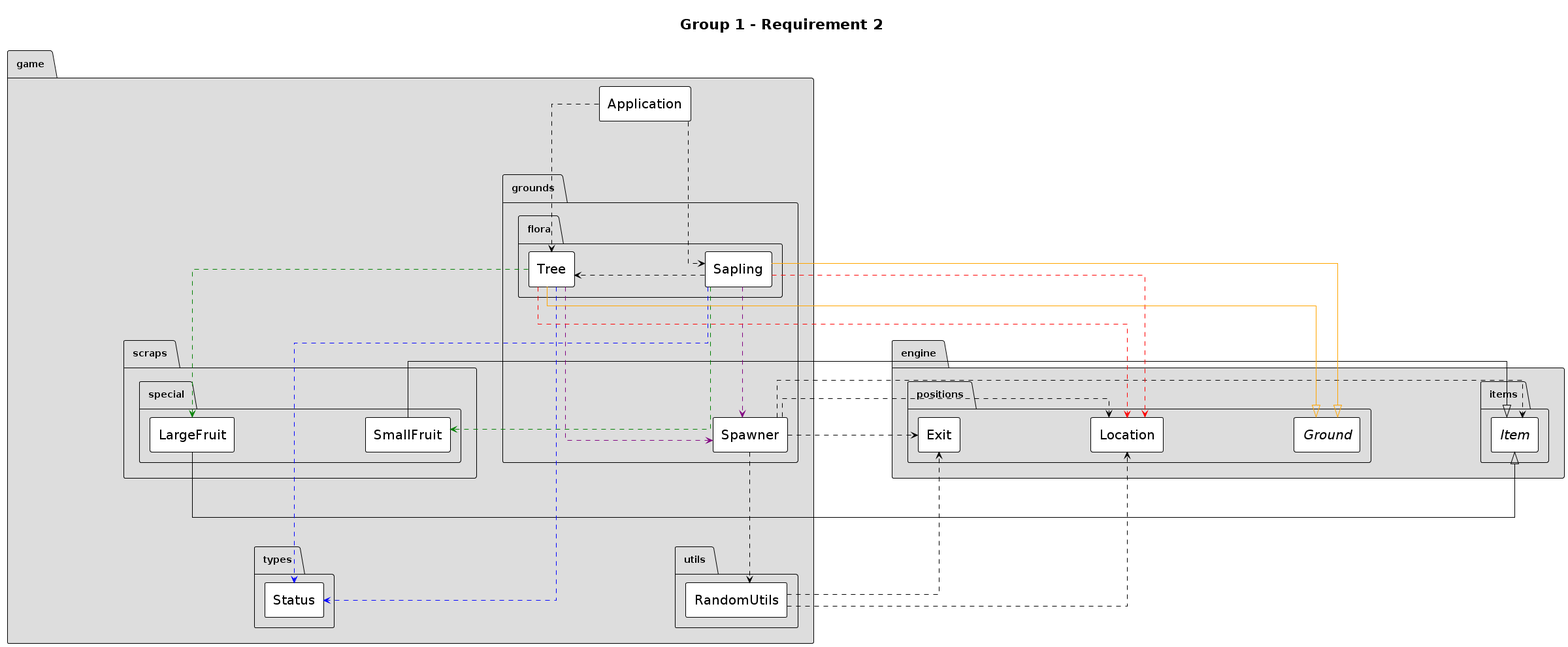
The PlantUML diagram docs/design/assignment1/req02_uml_class.png in BryanChow0112/StaticFactory, before a commit.
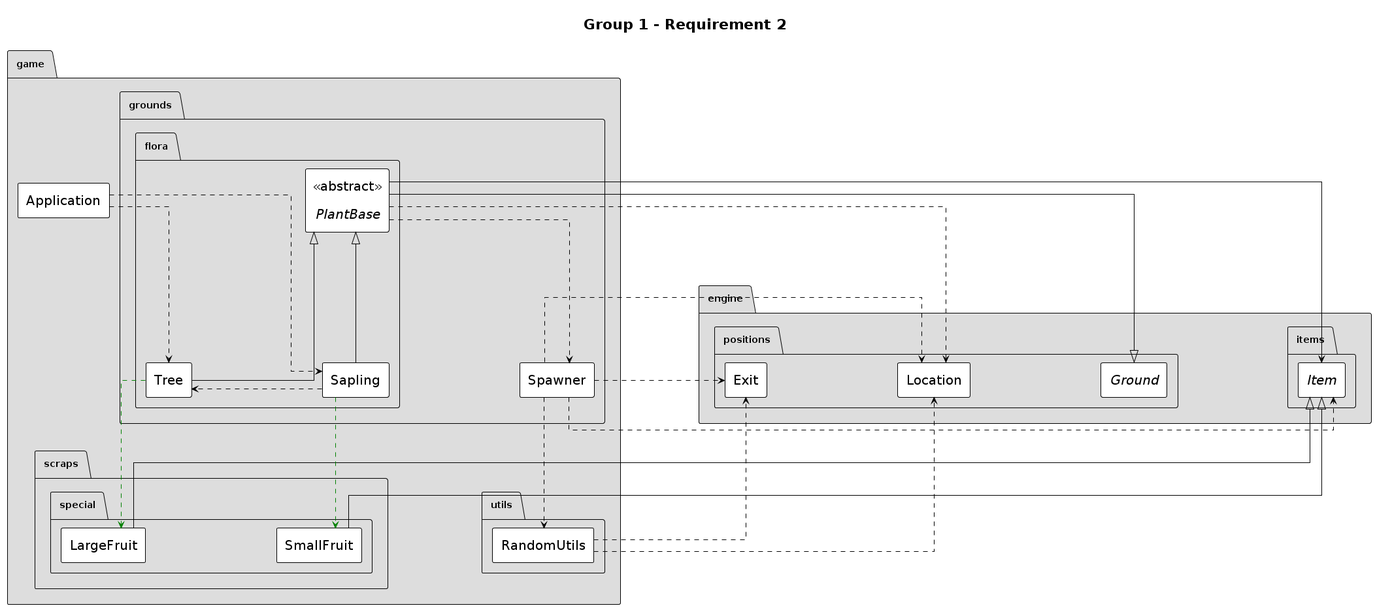
The same file after the commit.

Commit message:
Update A1 REQ2 UML class diagram

What changed in the source:
```diff
@@ -48,25 +48,26 @@
   class RandomUtils
 }
 
+package game.grounds.flora {
+  abstract class PlantBase <<abstract>>
+}
+game.grounds.flora.PlantBase -up-|> engine.positions.Ground
+game.grounds.flora.PlantBase <|-- game.grounds.flora.Sapling
+game.grounds.flora.PlantBase <|-- game.grounds.flora.Tree
+game.grounds.flora.PlantBase ..> game.grounds.Spawner
+game.grounds.flora.PlantBase .> engine.positions.Location
+game.grounds.flora.PlantBase -> engine.items.Item
+
 game.grounds.flora.Sapling .> game.grounds.flora.Tree
-game.grounds.flora.Sapling ..[#blue].> game.types.Status
 game.grounds.flora.Sapling .[#green].> game.scraps.special.SmallFruit
-game.grounds.flora.Sapling .[#purple].> game.grounds.Spawner
-game.grounds.flora.Sapling .[#red]> engine.positions.Location
-game.grounds.flora.Tree ..[#blue].> game.types.Status
-game.grounds.flora.Tree .[#purple].> game.grounds.Spawner
+
 game.grounds.flora.Tree .[#green].> game.scraps.special.LargeFruit
-game.grounds.flora.Tree .[#red]> engine.positions.Location
-game.grounds.flora.Sapling -[#orange]-|> engine.positions.Ground
-game.grounds.flora.Tree -[#orange]-|> engine.positions.Ground
+
+
+
 package game.grounds.flora {
   class Sapling
   class Tree
-}
-
-
-package game.types {
-  class Status
 }
 
 game.Application ..> game.grounds.flora.Sapling
```
